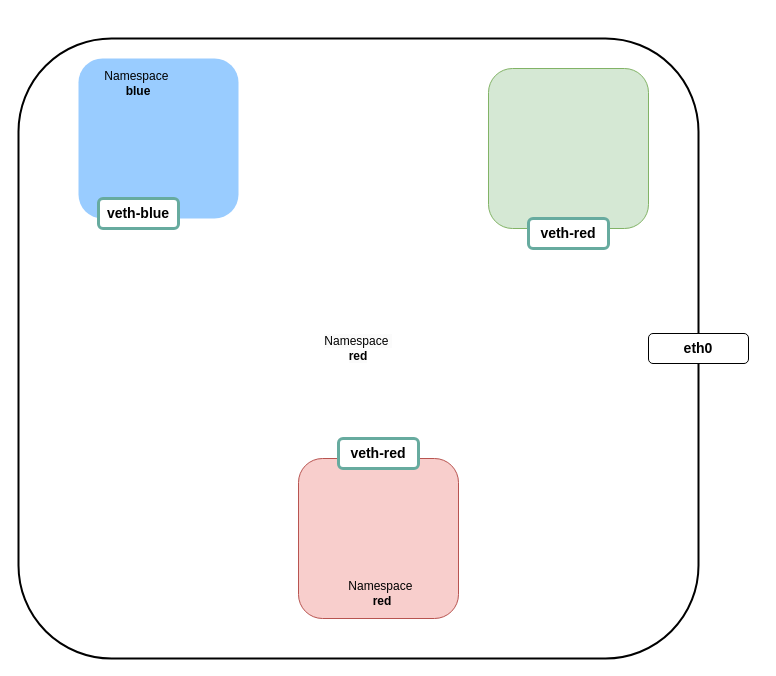
The draw.io diagram page "Demo 2" (2 of 2) of netns.drawio in eha1661/draw.io, before the edit. Source tidied: cells renumbered, new cells numbered last; positions are measured from the earlier drawing's top-left corner, leaving out a move shared by most shapes. Both pictures are drawn from the tidied source at 100%, with x=0, y=0 at pixel (18, 38).
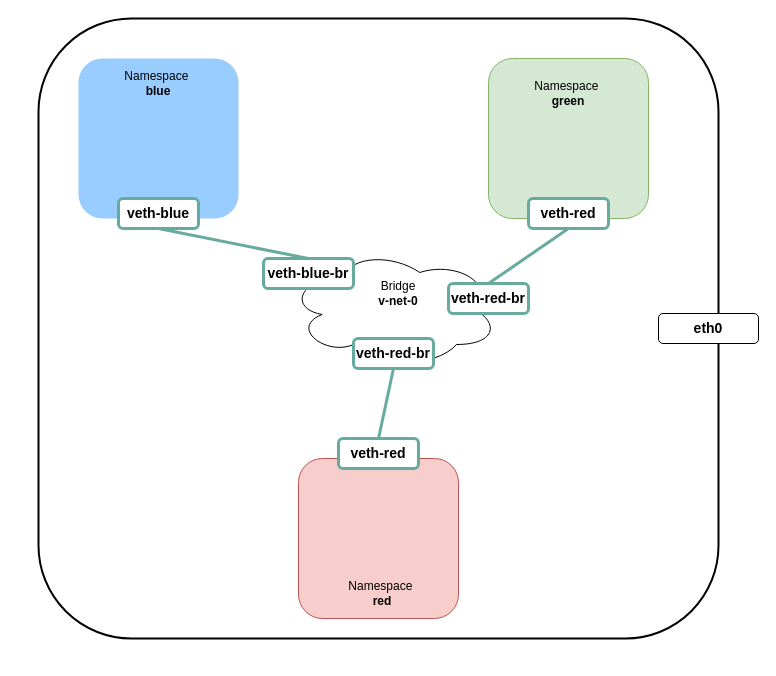
The same page after the edit.

Commit message:
Mettre à jour netns.drawio

The change refers to these unchanged cells:
```xml
<mxCell id="6" value="&lt;b&gt;&lt;font style=&quot;font-size: 14px;&quot;&gt;veth-red&lt;/font&gt;&lt;/b&gt;" style="rounded=1;whiteSpace=wrap;html=1;strokeColor=#67AB9F;strokeWidth=3;" parent="1" vertex="1">
  <mxGeometry x="320" y="400" width="80" height="30" as="geometry" />
</mxCell>
```

Change to the diagram source:
```diff
@@
-    <mxCell id="2" value="&lt;span style=&quot;color: rgb(0, 0, 0); font-family: Helvetica; font-size: 12px; font-style: normal; font-variant-ligatures: normal; font-variant-caps: normal; font-weight: 400; letter-spacing: normal; orphans: 2; text-align: center; text-indent: 0px; text-transform: none; widows: 2; word-spacing: 0px; -webkit-text-stroke-width: 0px; background-color: rgb(251, 251, 251); text-decoration-thickness: initial; text-decoration-style: initial; text-decoration-color: initial; float: none; display: inline !important;&quot;&gt;Namespace&amp;nbsp;&lt;/span&gt;&lt;br style=&quot;border-color: var(--border-color); color: rgb(0, 0, 0); font-family: Helvetica; font-size: 12px; font-style: normal; font-variant-ligatures: normal; font-variant-caps: normal; font-weight: 400; letter-spacing: normal; orphans: 2; text-align: center; text-indent: 0px; text-transform: none; widows: 2; word-spacing: 0px; -webkit-text-stroke-width: 0px; background-color: rgb(251, 251, 251); text-decoration-thickness: initial; text-decoration-style: initial; text-decoration-color: initial;&quot;&gt;&lt;b style=&quot;border-color: var(--border-color); color: rgb(0, 0, 0); font-family: Helvetica; font-size: 12px; font-style: normal; font-variant-ligatures: normal; font-variant-caps: normal; letter-spacing: normal; orphans: 2; text-align: center; text-indent: 0px; text-transform: none; widows: 2; word-spacing: 0px; -webkit-text-stroke-width: 0px; background-color: rgb(251, 251, 251); text-decoration-thickness: initial; text-decoration-style: initial; text-decoration-color: initial;&quot;&gt;red&lt;/b&gt;" style="rounded=1;whiteSpace=wrap;html=1;fillColor=none;strokeWidth=2;" parent="1" vertex="1">
-      <mxGeometry width="680" height="620" as="geometry" />
+    <mxCell id="2" style="rounded=1;whiteSpace=wrap;html=1;fillColor=none;strokeWidth=2;" parent="1" vertex="1">
+      <mxGeometry x="20" y="-20" width="680" height="620" as="geometry" />
     </mxCell>
     <mxCell id="3" value="&lt;b&gt;&lt;font style=&quot;font-size: 14px;&quot;&gt;eth0&lt;/font&gt;&lt;/b&gt;" style="rounded=1;whiteSpace=wrap;html=1;" parent="1" vertex="1">
-      <mxGeometry x="630" y="295" width="100" height="30" as="geometry" />
+      <mxGeometry x="640" y="275" width="100" height="30" as="geometry" />
     </mxCell>
@@
     <mxCell id="7" value="&lt;b&gt;&lt;font style=&quot;font-size: 14px;&quot;&gt;veth-blue&lt;/font&gt;&lt;/b&gt;" style="rounded=1;whiteSpace=wrap;html=1;strokeColor=#67AB9F;strokeWidth=3;" parent="1" vertex="1">
-      <mxGeometry x="80" y="160" width="80" height="30" as="geometry" />
+      <mxGeometry x="100" y="160" width="80" height="30" as="geometry" />
     </mxCell>
     <mxCell id="8" value="Namespace&amp;nbsp;&lt;br&gt;&lt;b&gt;blue&lt;/b&gt;" style="text;html=1;strokeColor=none;fillColor=none;align=center;verticalAlign=middle;whiteSpace=wrap;rounded=0;" parent="1" vertex="1">
-      <mxGeometry x="90" y="30" width="60" height="30" as="geometry" />
+      <mxGeometry x="110" y="30" width="60" height="30" as="geometry" />
     </mxCell>
@@
     <mxCell id="10" style="rounded=1;whiteSpace=wrap;html=1;fillColor=#d5e8d4;strokeColor=#82b366;" parent="1" vertex="1">
-      <mxGeometry x="470" y="30" width="160" height="160" as="geometry" />
+      <mxGeometry x="470" y="20" width="160" height="160" as="geometry" />
     </mxCell>
     <mxCell id="11" value="&lt;b&gt;&lt;font style=&quot;font-size: 14px;&quot;&gt;veth-red&lt;/font&gt;&lt;/b&gt;" style="rounded=1;whiteSpace=wrap;html=1;strokeColor=#67AB9F;strokeWidth=3;" parent="1" vertex="1">
-      <mxGeometry x="510" y="180" width="80" height="30" as="geometry" />
+      <mxGeometry x="510" y="160" width="80" height="30" as="geometry" />
     </mxCell>
+    <mxCell id="12" value="Namespace&amp;nbsp;&lt;br&gt;&lt;b&gt;green&lt;/b&gt;" style="text;html=1;strokeColor=none;fillColor=none;align=center;verticalAlign=middle;whiteSpace=wrap;rounded=0;" parent="1" vertex="1">
+      <mxGeometry x="520" y="40" width="60" height="30" as="geometry" />
+    </mxCell>
+    <mxCell id="13" style="ellipse;shape=cloud;whiteSpace=wrap;html=1;fillColor=none;" parent="1" vertex="1">
+      <mxGeometry x="270" y="210" width="210" height="120" as="geometry" />
+    </mxCell>
+    <mxCell id="14" value="Bridge&lt;br&gt;&lt;b&gt;v-net-0&lt;/b&gt;" style="text;html=1;strokeColor=none;fillColor=none;align=center;verticalAlign=middle;whiteSpace=wrap;rounded=0;" parent="1" vertex="1">
+      <mxGeometry x="350" y="240" width="60" height="30" as="geometry" />
+    </mxCell>
+    <mxCell id="15" value="&lt;b&gt;&lt;font style=&quot;font-size: 14px;&quot;&gt;veth-blue-br&lt;/font&gt;&lt;/b&gt;" style="rounded=1;whiteSpace=wrap;html=1;strokeColor=#67AB9F;strokeWidth=3;" parent="1" vertex="1">
+      <mxGeometry x="245" y="220" width="90" height="30" as="geometry" />
+    </mxCell>
+    <mxCell id="16" value="&lt;b&gt;&lt;font style=&quot;font-size: 14px;&quot;&gt;veth-red-br&lt;/font&gt;&lt;/b&gt;" style="rounded=1;whiteSpace=wrap;html=1;strokeColor=#67AB9F;strokeWidth=3;" parent="1" vertex="1">
+      <mxGeometry x="430" y="245" width="80" height="30" as="geometry" />
+    </mxCell>
+    <mxCell id="17" value="&lt;b&gt;&lt;font style=&quot;font-size: 14px;&quot;&gt;veth-red-br&lt;/font&gt;&lt;/b&gt;" style="rounded=1;whiteSpace=wrap;html=1;strokeColor=#67AB9F;strokeWidth=3;" parent="1" vertex="1">
+      <mxGeometry x="335" y="300" width="80" height="30" as="geometry" />
+    </mxCell>
+    <mxCell id="18" style="endArrow=none;html=1;rounded=0;strokeWidth=3;strokeColor=#67AB9F;entryX=0.5;entryY=1;entryDx=0;entryDy=0;exitX=0.5;exitY=0;exitDx=0;exitDy=0;" parent="1" edge="1" source="15" target="7">
+      <mxGeometry relative="1" as="geometry" />
+    </mxCell>
+    <mxCell id="19" style="endArrow=none;html=1;rounded=0;strokeWidth=3;strokeColor=#67AB9F;entryX=0.5;entryY=1;entryDx=0;entryDy=0;exitX=0.5;exitY=0;exitDx=0;exitDy=0;" parent="1" edge="1" source="16" target="11">
+      <mxGeometry relative="1" as="geometry" />
+    </mxCell>
+    <mxCell id="20" style="endArrow=none;html=1;rounded=0;strokeWidth=3;strokeColor=#67AB9F;entryX=0.5;entryY=1;entryDx=0;entryDy=0;exitX=0.5;exitY=0;exitDx=0;exitDy=0;" parent="1" edge="1" source="6" target="17">
+      <mxGeometry relative="1" as="geometry" />
+    </mxCell>
```
